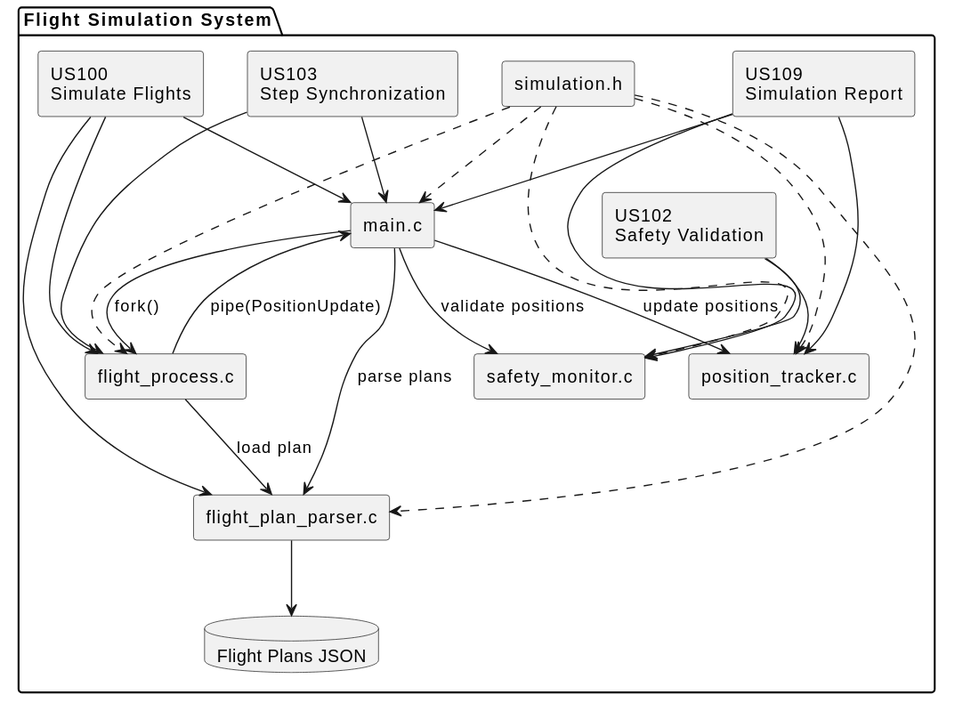
This is scomp/docs/diagrama-componentes.svg from goncalolopesp/sem4pi2526-sem4pi2526_2di5, a PlantUML export, as it was before one commit. The source it was exported from:
```plantuml
@startuml
skinparam componentStyle rectangle

package "Flight Simulation System" {

    [main.c] as Main
    [flight_process.c] as FlightProcess
    [flight_plan_parser.c] as Parser
    [position_tracker.c] as Tracker
    [safety_monitor.c] as Safety
    [simulation.h] as Simulation

    database "Flight Plans JSON" as Json

    component "US100\nSimulate Flights" as US100
    component "US102\nSafety Validation" as US102
    component "US103\nStep Synchronization" as US103
    component "US109\nSimulation Report" as US109
}

Main --> FlightProcess : fork()
Main --> Tracker : update positions
Main --> Safety : validate positions
Main --> Parser : parse plans
Parser --> Json

FlightProcess --> Parser : load plan
FlightProcess --> Main : pipe(PositionUpdate)

US100 --> Main
US100 --> FlightProcess
US100 --> Parser

US102 --> Safety
US102 --> Tracker

US103 --> Main
US103 --> FlightProcess

US109 --> Tracker
US109 --> Safety
US109 --> Main

Simulation ..> Main
Simulation ..> FlightProcess
Simulation ..> Tracker
Simulation ..> Safety
Simulation ..> Parser
@enduml
```
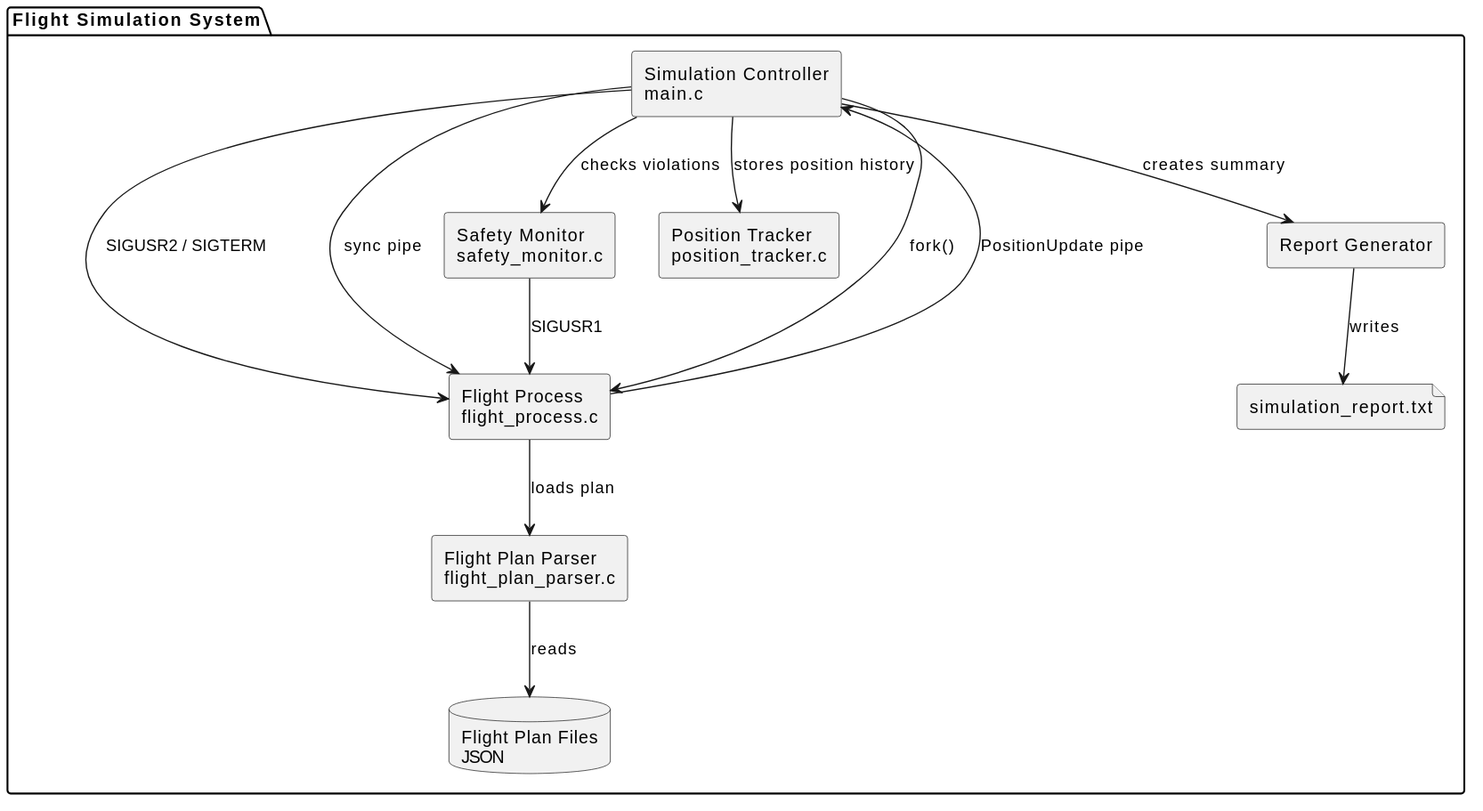
Above is the later version.

Change to the diagram source:
```diff
@@ -3,47 +3,28 @@
 
 package "Flight Simulation System" {
 
-    [main.c] as Main
-    [flight_process.c] as FlightProcess
-    [flight_plan_parser.c] as Parser
-    [position_tracker.c] as Tracker
-    [safety_monitor.c] as Safety
-    [simulation.h] as Simulation
+    [Simulation Controller\nmain.c] as Main
+    [Flight Process\nflight_process.c] as FlightProcess
+    [Flight Plan Parser\nflight_plan_parser.c] as Parser
+    [Position Tracker\nposition_tracker.c] as Tracker
+    [Safety Monitor\nsafety_monitor.c] as Safety
+    [Report Generator] as Report
 
-    database "Flight Plans JSON" as Json
-
-    component "US100\nSimulate Flights" as US100
-    component "US102\nSafety Validation" as US102
-    component "US103\nStep Synchronization" as US103
-    component "US109\nSimulation Report" as US109
+    database "Flight Plan Files\nJSON" as Json
+    file "simulation_report.txt" as ReportFile
 }
 
 Main --> FlightProcess : fork()
-Main --> Tracker : update positions
-Main --> Safety : validate positions
-Main --> Parser : parse plans
-Parser --> Json
+Main --> FlightProcess : SIGUSR2 / SIGTERM
+Main --> FlightProcess : sync pipe
+FlightProcess --> Main : PositionUpdate pipe
 
-FlightProcess --> Parser : load plan
-FlightProcess --> Main : pipe(PositionUpdate)
+FlightProcess --> Parser : loads plan
+Parser --> Json : reads
 
-US100 --> Main
-US100 --> FlightProcess
-US100 --> Parser
-
-US102 --> Safety
-US102 --> Tracker
-
-US103 --> Main
-US103 --> FlightProcess
-
-US109 --> Tracker
-US109 --> Safety
-US109 --> Main
-
-Simulation ..> Main
-Simulation ..> FlightProcess
-Simulation ..> Tracker
-Simulation ..> Safety
-Simulation ..> Parser
+Main --> Tracker : stores position history
+Main --> Safety : checks violations
+Safety --> FlightProcess : SIGUSR1
+Main --> Report : creates summary
+Report --> ReportFile : writes
 @enduml
```
